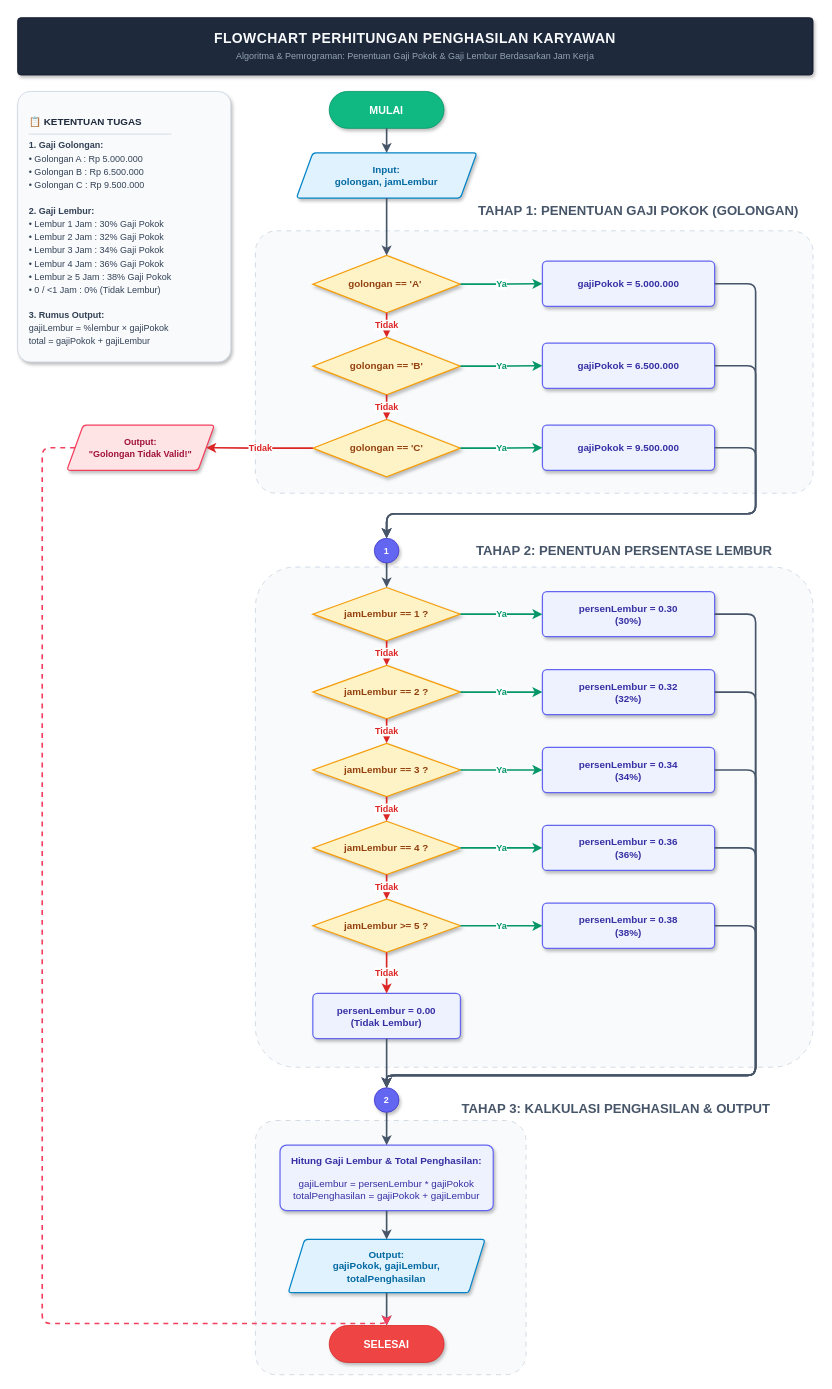
The draw.io diagram flowchart_pseudocode/flowchart_gaji_karyawan.drawio in ahmad-fahrudin/tugas-1-2-dan-3-algoritma-dan-pemograman, before the edit. Source tidied: cells renumbered, new cells numbered last; positions are measured from the earlier drawing's top-left corner, leaving out a move shared by most shapes. Both pictures are drawn from the tidied source at 82%, with x=0, y=0 at pixel (17, 17).
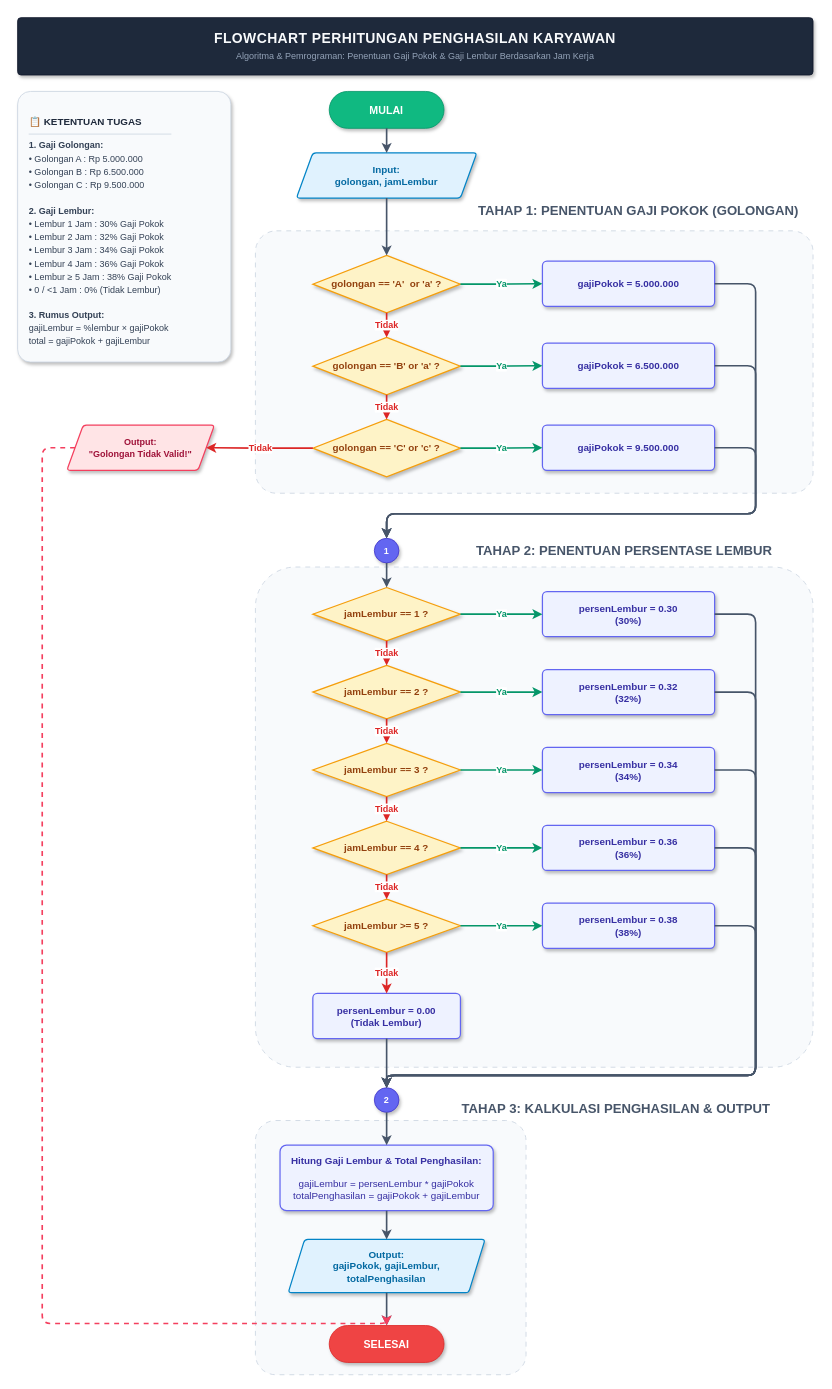
The same page after the edit.

Commit message (it also covers changes not shown here):
refactor: update employee golongan input prompts, error messages, and flowchart validation labels

The edit, as a diff of the source:
```diff
@@
-    <mxCell id="10" value="golongan == 'A'&amp;nbsp;" style="rhombus;whiteSpace=wrap;html=1;fillColor=#fef3c7;strokeColor=#f59e0b;strokeWidth=1.5;fontColor=#92400e;fontStyle=1;fontSize=12;shadow=1;" parent="1" vertex="1">
+    <mxCell id="10" value="golongan == 'A'&amp;nbsp; or 'a' ?" style="rhombus;whiteSpace=wrap;html=1;fillColor=#fef3c7;strokeColor=#f59e0b;strokeWidth=1.5;fontColor=#92400e;fontStyle=1;fontSize=12;shadow=1;" parent="1" vertex="1">
       <mxGeometry x="360" y="290" width="180" height="70" as="geometry" />
     </mxCell>
@@
-    <mxCell id="12" value="golongan == 'B'" style="rhombus;whiteSpace=wrap;html=1;fillColor=#fef3c7;strokeColor=#f59e0b;strokeWidth=1.5;fontColor=#92400e;fontStyle=1;fontSize=12;shadow=1;" parent="1" vertex="1">
+    <mxCell id="12" value="golongan == 'B' or 'a' ?" style="rhombus;whiteSpace=wrap;html=1;fillColor=#fef3c7;strokeColor=#f59e0b;strokeWidth=1.5;fontColor=#92400e;fontStyle=1;fontSize=12;shadow=1;" parent="1" vertex="1">
       <mxGeometry x="360" y="390" width="180" height="70" as="geometry" />
     </mxCell>
@@
-    <mxCell id="14" value="golongan == 'C'" style="rhombus;whiteSpace=wrap;html=1;fillColor=#fef3c7;strokeColor=#f59e0b;strokeWidth=1.5;fontColor=#92400e;fontStyle=1;fontSize=12;shadow=1;" parent="1" vertex="1">
+    <mxCell id="14" value="golongan == 'C' or 'c' ?" style="rhombus;whiteSpace=wrap;html=1;fillColor=#fef3c7;strokeColor=#f59e0b;strokeWidth=1.5;fontColor=#92400e;fontStyle=1;fontSize=12;shadow=1;" parent="1" vertex="1">
       <mxGeometry x="360" y="490" width="180" height="70" as="geometry" />
     </mxCell>
```
